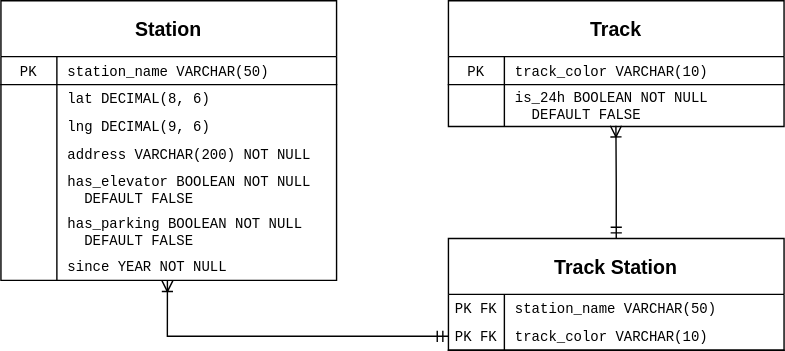
hanggrian/IIT-ITM515 keeps this draw.io diagram as assignments/hw4/diagram1.svg. Above is the earlier version. Source tidied: cells renumbered, new cells last; positions are measured from the earlier drawing's top-left corner, leaving out a move shared by most shapes.
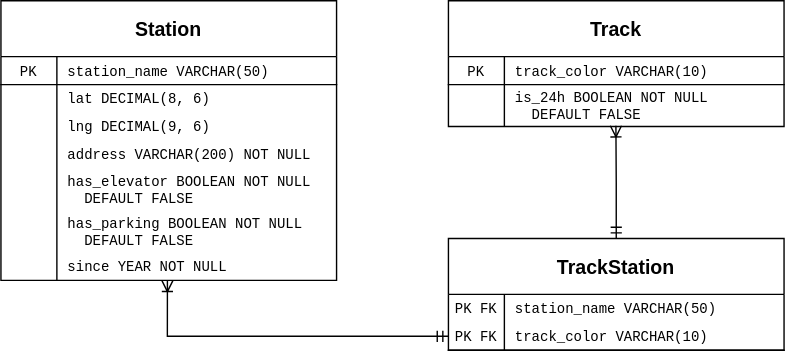
Later version of the same file.

What changed in the source:
```diff
@@ -89,7 +89,7 @@
     <mxCell id="30" value="is_24h BOOLEAN NOT NULL&#10;  DEFAULT FALSE" style="shape=partialRectangle;overflow=hidden;fillColor=none;top=0;left=0;bottom=0;right=0;align=left;spacingLeft=6;fontSize=10;fontStyle=0;fontFamily=Courier New;" parent="28" vertex="1">
       <mxGeometry x="40" width="200" height="30" as="geometry" />
     </mxCell>
-    <mxCell id="31" value="Track Station" style="shape=table;startSize=40;rowLines=0;fontStyle=1;align=center;fontSize=14;swimlaneFillColor=none;fontFamily=Helvetica;" parent="1" vertex="1">
+    <mxCell id="31" value="TrackStation" style="shape=table;startSize=40;rowLines=0;fontStyle=1;align=center;fontSize=14;swimlaneFillColor=none;fontFamily=Helvetica;" parent="1" vertex="1">
       <mxGeometry x="320" y="170" width="240" height="80" as="geometry" />
     </mxCell>
     <mxCell id="32" style="shape=tableRow;horizontal=0;startSize=0;swimlaneHead=0;swimlaneBody=0;fillColor=none;top=0;left=0;right=0;bottom=0;" parent="31" vertex="1">
```
